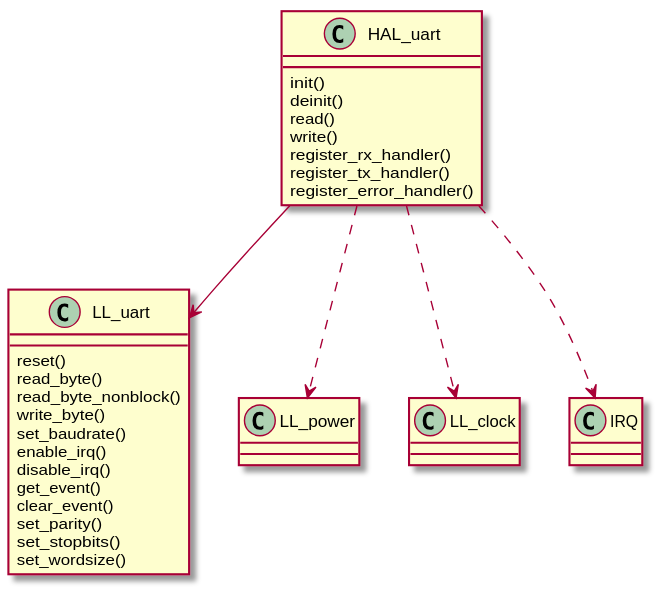
Above: docs/source/assets/images/uart.svg in onkwon/halmcu (PlantUML), before the change.
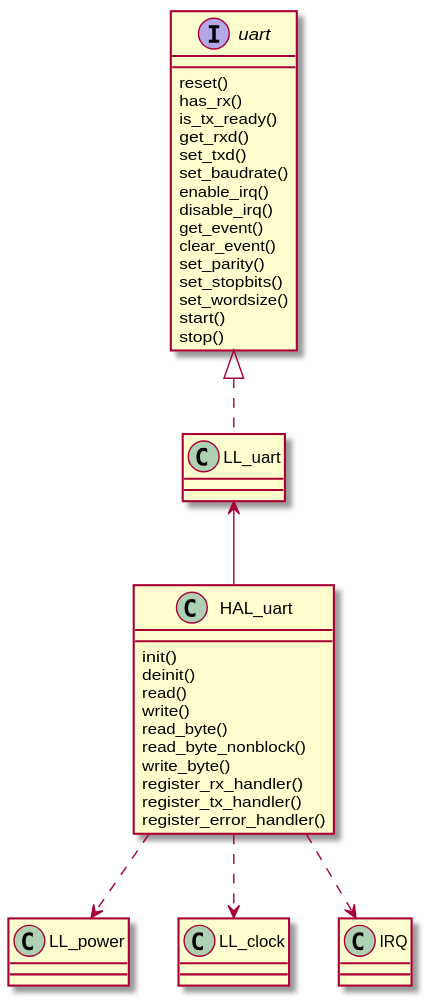
The same diagram one commit later.

The edit, as a diff of the source:
```diff
@@ -1,19 +1,10 @@
 @startuml
-class HAL_uart {
-	init()
-	deinit()
-	read()
-	write()
-	register_rx_handler()
-	register_tx_handler()
-	register_error_handler()
-}
-
-class LL_uart {
+interface uart {
 	reset()
-	read_byte()
-	read_byte_nonblock()
-	write_byte()
+	has_rx()
+	is_tx_ready()
+	get_rxd()
+	set_txd()
 	set_baudrate()
 	enable_irq()
 	disable_irq()
@@ -22,9 +13,29 @@
 	set_parity()
 	set_stopbits()
 	set_wordsize()
+	start()
+	stop()
 }
 
-HAL_uart --> LL_uart
+class LL_uart {
+}
+
+class HAL_uart {
+	init()
+	deinit()
+	read()
+	write()
+	read_byte()
+	read_byte_nonblock()
+	write_byte()
+	register_rx_handler()
+	register_tx_handler()
+	register_error_handler()
+}
+
+uart <|.. LL_uart
+LL_uart <-- HAL_uart
+
 HAL_uart ..> LL_power
 HAL_uart ..> LL_clock
 HAL_uart ..> IRQ
```
